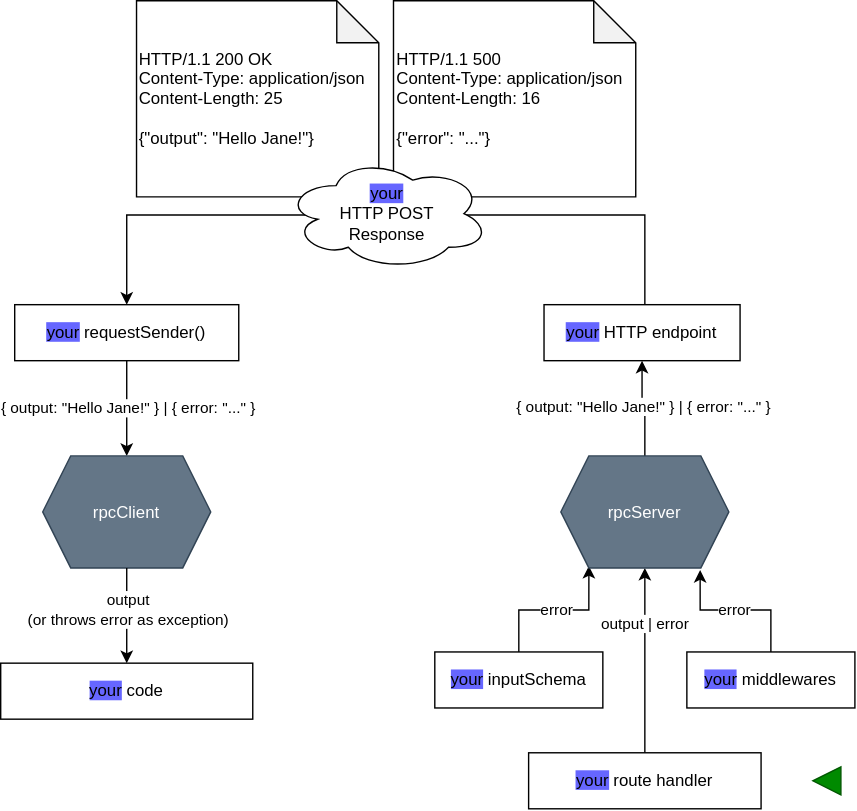
Above: docs/response.drawio.svg in petrhdk/rpc (draw.io), before the change. Source tidied: cells renumbered, new cells last; positions are measured from the earlier drawing's top-left corner, leaving out a move shared by most shapes. The source it was exported from:
```xml
<mxGraphModel background="light-dark(#FFFFFF,#121212)">
  <root>
    <mxCell id="0" />
    <mxCell id="1" parent="0" />
    <mxCell id="2" style="edgeStyle=orthogonalEdgeStyle;rounded=0;jettySize=auto;html=1;entryX=0.5;entryY=0;entryDx=0;entryDy=0;exitX=0.5;exitY=1;exitDx=0;exitDy=0;" parent="1" edge="1" source="6" target="3">
      <mxGeometry relative="1" as="geometry" />
    </mxCell>
    <mxCell id="3" value="rpcClient" style="shape=hexagon;perimeter=hexagonPerimeter2;whiteSpace=wrap;html=1;shapeInside=1;fixedSize=1;fillColor=#647687;fontColor=#ffffff;strokeColor=#314354;" parent="1" vertex="1">
      <mxGeometry x="30" y="325" width="120" height="80" as="geometry" />
    </mxCell>
    <mxCell id="4" style="edgeStyle=orthogonalEdgeStyle;rounded=0;jettySize=auto;html=1;exitX=0.5;exitY=1;exitDx=0;exitDy=0;entryX=0.5;entryY=0;entryDx=0;entryDy=0;" parent="1" edge="1" source="3" target="26">
      <mxGeometry relative="1" as="geometry" />
    </mxCell>
    <mxCell id="5" value="output&lt;div&gt;(or throws error as exception)&lt;/div&gt;" style="edgeLabel;html=1;align=center;verticalAlign=middle;" parent="4" vertex="1">
      <mxGeometry x="-0.14" relative="1" as="geometry" />
    </mxCell>
    <mxCell id="6" value="&lt;span style=&quot;background-color: rgb(102, 102, 255);&quot;&gt;your&lt;/span&gt; requestSender()" style="rounded=0;whiteSpace=wrap;html=1;" parent="1" vertex="1">
      <mxGeometry x="10" y="217" width="160" height="40" as="geometry" />
    </mxCell>
    <mxCell id="7" style="edgeStyle=orthogonalEdgeStyle;rounded=0;jettySize=auto;html=1;entryX=0.5;entryY=0;entryDx=0;entryDy=0;exitX=0.5;exitY=0;exitDx=0;exitDy=0;" parent="1" edge="1" source="10" target="6">
      <mxGeometry relative="1" as="geometry">
        <Array as="points">
          <mxPoint x="460" y="217" />
          <mxPoint x="460" y="153" />
          <mxPoint x="90" y="153" />
        </Array>
      </mxGeometry>
    </mxCell>
    <mxCell id="8" style="edgeStyle=orthogonalEdgeStyle;rounded=0;jettySize=auto;html=1;entryX=0.5;entryY=1;entryDx=0;entryDy=0;exitX=0.5;exitY=0;exitDx=0;exitDy=0;" parent="1" edge="1" source="19" target="10">
      <mxGeometry relative="1" as="geometry" />
    </mxCell>
    <mxCell id="9" value="{ output: &quot;Hello Jane!&quot; } | { error: &quot;...&quot; }" style="edgeLabel;html=1;align=center;verticalAlign=middle;" parent="8" vertex="1">
      <mxGeometry x="0.06" relative="1" as="geometry">
        <mxPoint y="-1" as="offset" />
      </mxGeometry>
    </mxCell>
    <mxCell id="10" value="&lt;span style=&quot;background-color: rgb(102, 102, 255);&quot;&gt;your&lt;/span&gt; HTTP endpoint" style="rounded=0;whiteSpace=wrap;html=1;" parent="1" vertex="1">
      <mxGeometry x="388" y="217" width="140" height="40" as="geometry" />
    </mxCell>
    <mxCell id="11" style="triangle;whiteSpace=wrap;html=1;shapeInside=1;fillColor=#008a00;fontColor=#ffffff;strokeColor=#005700;direction=west;" parent="1" vertex="1">
      <mxGeometry x="580" y="547" width="20" height="20" as="geometry" />
    </mxCell>
    <mxCell id="12" value="{ output: &quot;Hello Jane!&quot; } | { error: &quot;...&quot; }" style="edgeLabel;html=1;align=center;verticalAlign=middle;" parent="1" vertex="1">
      <mxGeometry x="90" y="290" as="geometry" />
    </mxCell>
    <mxCell id="13" style="edgeStyle=orthogonalEdgeStyle;rounded=0;jettySize=auto;html=1;exitX=0.5;exitY=0;exitDx=0;exitDy=0;entryX=0.829;entryY=1.018;entryDx=0;entryDy=0;entryPerimeter=0;" parent="1" edge="1" source="21" target="19">
      <mxGeometry relative="1" as="geometry" />
    </mxCell>
    <mxCell id="14" value="error" style="edgeLabel;html=1;align=center;verticalAlign=middle;" parent="13" vertex="1">
      <mxGeometry x="0.11" relative="1" as="geometry">
        <mxPoint x="3" y="-1" as="offset" />
      </mxGeometry>
    </mxCell>
    <mxCell id="15" style="edgeStyle=orthogonalEdgeStyle;rounded=0;jettySize=auto;html=1;exitX=0.5;exitY=0;exitDx=0;exitDy=0;entryX=0.167;entryY=0.982;entryDx=0;entryDy=0;entryPerimeter=0;" parent="1" edge="1" source="22" target="19">
      <mxGeometry relative="1" as="geometry" />
    </mxCell>
    <mxCell id="16" value="error" style="edgeLabel;html=1;align=center;verticalAlign=middle;" parent="15" vertex="1">
      <mxGeometry x="-0.21" relative="1" as="geometry">
        <mxPoint x="12" y="-1" as="offset" />
      </mxGeometry>
    </mxCell>
    <mxCell id="17" style="edgeStyle=orthogonalEdgeStyle;rounded=0;jettySize=auto;html=1;exitX=0.5;exitY=0;exitDx=0;exitDy=0;entryX=0.5;entryY=1;entryDx=0;entryDy=0;" parent="1" edge="1" source="20" target="19">
      <mxGeometry relative="1" as="geometry" />
    </mxCell>
    <mxCell id="18" value="output | error" style="edgeLabel;html=1;align=center;verticalAlign=middle;" parent="17" vertex="1">
      <mxGeometry x="-0.36" y="1" relative="1" as="geometry">
        <mxPoint y="-50" as="offset" />
      </mxGeometry>
    </mxCell>
    <mxCell id="19" value="rpcServer" style="shape=hexagon;perimeter=hexagonPerimeter2;whiteSpace=wrap;html=1;shapeInside=1;fixedSize=1;fillColor=#647687;fontColor=#ffffff;strokeColor=#314354;" parent="1" vertex="1">
      <mxGeometry x="400" y="325" width="120" height="80" as="geometry" />
    </mxCell>
    <mxCell id="20" value="&lt;span style=&quot;background-color: rgb(102, 102, 255);&quot;&gt;your&lt;/span&gt; route handler" style="rounded=0;whiteSpace=wrap;html=1;" parent="1" vertex="1">
      <mxGeometry x="377" y="537" width="166" height="40" as="geometry" />
    </mxCell>
    <mxCell id="21" value="&lt;span style=&quot;background-color: rgb(102, 102, 255);&quot;&gt;your&lt;/span&gt; middlewares" style="rounded=0;whiteSpace=wrap;html=1;" parent="1" vertex="1">
      <mxGeometry x="490" y="465" width="120" height="40" as="geometry" />
    </mxCell>
    <mxCell id="22" value="&lt;span style=&quot;background-color: rgb(102, 102, 255);&quot;&gt;your&lt;/span&gt; inputSchema" style="rounded=0;whiteSpace=wrap;html=1;" parent="1" vertex="1">
      <mxGeometry x="310" y="465" width="120" height="40" as="geometry" />
    </mxCell>
    <mxCell id="23" value="&lt;div&gt;HTTP/1.1 200 OK&lt;/div&gt;&lt;div&gt;Content-Type: application/json&lt;/div&gt;&lt;div&gt;Content-Length: 25&lt;/div&gt;&lt;div&gt;&lt;br&gt;&lt;/div&gt;&lt;div&gt;{&quot;output&quot;: &quot;Hello Jane!&quot;}&lt;/div&gt;" style="shape=note;whiteSpace=wrap;html=1;backgroundOutline=1;darkOpacity=0.05;align=left;" parent="1" vertex="1">
      <mxGeometry x="97" width="173" height="140" as="geometry" />
    </mxCell>
    <mxCell id="24" value="&lt;div&gt;HTTP/1.1 500&lt;/div&gt;&lt;div&gt;Content-Type: application/json&lt;/div&gt;&lt;div&gt;Content-Length: 16&lt;/div&gt;&lt;div&gt;&lt;br&gt;&lt;/div&gt;&lt;div&gt;{&quot;error&quot;: &quot;...&quot;}&lt;/div&gt;" style="shape=note;whiteSpace=wrap;html=1;backgroundOutline=1;darkOpacity=0.05;align=left;" parent="1" vertex="1">
      <mxGeometry x="280.5" width="173" height="140" as="geometry" />
    </mxCell>
    <mxCell id="25" value="&lt;span&gt;&lt;span style=&quot;background-color: rgb(102, 102, 255);&quot;&gt;your&lt;/span&gt;&lt;br&gt;&lt;/span&gt;HTTP POST&lt;br&gt;Response" style="ellipse;shape=cloud;whiteSpace=wrap;html=1;" parent="1" vertex="1">
      <mxGeometry x="203" y="112" width="146" height="80" as="geometry" />
    </mxCell>
    <mxCell id="26" value="&lt;span style=&quot;background-color: rgb(102, 102, 255);&quot;&gt;your&lt;/span&gt; code" style="rounded=0;whiteSpace=wrap;html=1;" parent="1" vertex="1">
      <mxGeometry y="473" width="180" height="40" as="geometry" />
    </mxCell>
  </root>
</mxGraphModel>
```
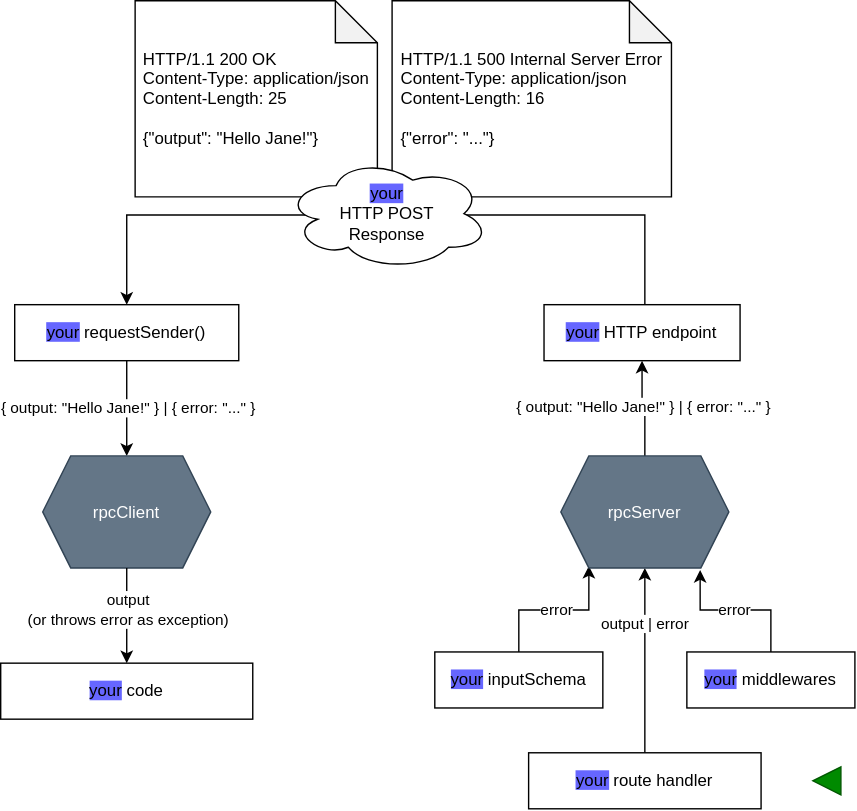
The same file after the commit.

Commit message:
docs: `response.drawio.svg`: "500 Internal Server Error"

Diff of the diagram source:
```diff
@@ -79,11 +79,11 @@
     <mxCell id="22" value="&lt;span style=&quot;background-color: rgb(102, 102, 255);&quot;&gt;your&lt;/span&gt; inputSchema" style="rounded=0;whiteSpace=wrap;html=1;" parent="1" vertex="1">
       <mxGeometry x="310" y="465" width="120" height="40" as="geometry" />
     </mxCell>
-    <mxCell id="23" value="&lt;div&gt;HTTP/1.1 200 OK&lt;/div&gt;&lt;div&gt;Content-Type: application/json&lt;/div&gt;&lt;div&gt;Content-Length: 25&lt;/div&gt;&lt;div&gt;&lt;br&gt;&lt;/div&gt;&lt;div&gt;{&quot;output&quot;: &quot;Hello Jane!&quot;}&lt;/div&gt;" style="shape=note;whiteSpace=wrap;html=1;backgroundOutline=1;darkOpacity=0.05;align=left;" parent="1" vertex="1">
-      <mxGeometry x="97" width="173" height="140" as="geometry" />
+    <mxCell id="23" value="&lt;div&gt;HTTP/1.1 200 OK&lt;/div&gt;&lt;div&gt;Content-Type: application/json&lt;/div&gt;&lt;div&gt;Content-Length: 25&lt;/div&gt;&lt;div&gt;&lt;br&gt;&lt;/div&gt;&lt;div&gt;{&quot;output&quot;: &quot;Hello Jane!&quot;}&lt;/div&gt;" style="shape=note;whiteSpace=wrap;html=1;backgroundOutline=1;darkOpacity=0.05;align=left;spacingLeft=4;" parent="1" vertex="1">
+      <mxGeometry x="96" width="173" height="140" as="geometry" />
     </mxCell>
-    <mxCell id="24" value="&lt;div&gt;HTTP/1.1 500&lt;/div&gt;&lt;div&gt;Content-Type: application/json&lt;/div&gt;&lt;div&gt;Content-Length: 16&lt;/div&gt;&lt;div&gt;&lt;br&gt;&lt;/div&gt;&lt;div&gt;{&quot;error&quot;: &quot;...&quot;}&lt;/div&gt;" style="shape=note;whiteSpace=wrap;html=1;backgroundOutline=1;darkOpacity=0.05;align=left;" parent="1" vertex="1">
-      <mxGeometry x="280.5" width="173" height="140" as="geometry" />
+    <mxCell id="24" value="&lt;div&gt;HTTP/1.1 500 Internal Server Error&lt;/div&gt;&lt;div&gt;Content-Type: application/json&lt;/div&gt;&lt;div&gt;Content-Length: 16&lt;/div&gt;&lt;div&gt;&lt;br&gt;&lt;/div&gt;&lt;div&gt;{&quot;error&quot;: &quot;...&quot;}&lt;/div&gt;" style="shape=note;whiteSpace=wrap;html=1;backgroundOutline=1;darkOpacity=0.05;align=left;spacingLeft=4;spacingRight=4;" parent="1" vertex="1">
+      <mxGeometry x="279.5" width="199.5" height="140" as="geometry" />
     </mxCell>
     <mxCell id="25" value="&lt;span&gt;&lt;span style=&quot;background-color: rgb(102, 102, 255);&quot;&gt;your&lt;/span&gt;&lt;br&gt;&lt;/span&gt;HTTP POST&lt;br&gt;Response" style="ellipse;shape=cloud;whiteSpace=wrap;html=1;" parent="1" vertex="1">
       <mxGeometry x="203" y="112" width="146" height="80" as="geometry" />
```
